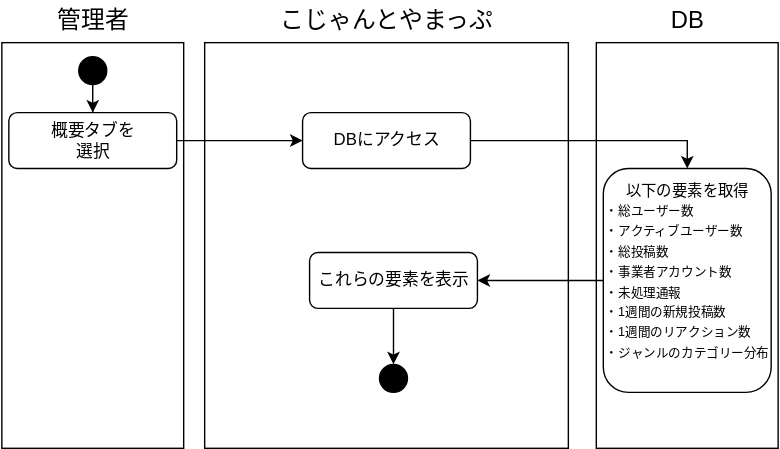
This is figures/monitoring.svg from KUT-Group12/external-design, a draw.io export, as it was before one commit. Source tidied: cells renumbered, new cells last; positions are measured from the earlier drawing's top-left corner, leaving out a move shared by most shapes. Its diagram source:
```xml
<mxGraphModel>
  <root>
    <mxCell id="0" />
    <mxCell id="1" parent="0" />
    <mxCell id="2" style="rounded=0;whiteSpace=wrap;html=1;" parent="1" vertex="1">
      <mxGeometry x="425.5" y="30" width="130" height="290" as="geometry" />
    </mxCell>
    <mxCell id="3" style="rounded=0;whiteSpace=wrap;html=1;" parent="1" vertex="1">
      <mxGeometry x="145.5" y="30" width="260" height="290" as="geometry" />
    </mxCell>
    <mxCell id="4" style="rounded=0;whiteSpace=wrap;html=1;" parent="1" vertex="1">
      <mxGeometry x="0.5" y="30" width="130" height="290" as="geometry" />
    </mxCell>
    <mxCell id="5" value="DB" style="text;html=1;whiteSpace=wrap;strokeColor=none;fillColor=none;align=center;verticalAlign=middle;rounded=0;fontSize=17;" parent="1" vertex="1">
      <mxGeometry x="425.5" width="130" height="30" as="geometry" />
    </mxCell>
    <mxCell id="6" value="こじゃんとやまっぷ" style="text;html=1;whiteSpace=wrap;strokeColor=none;fillColor=none;align=center;verticalAlign=middle;rounded=0;fontSize=17;" parent="1" vertex="1">
      <mxGeometry x="145.5" width="260" height="30" as="geometry" />
    </mxCell>
    <mxCell id="7" style="edgeStyle=orthogonalEdgeStyle;rounded=0;jettySize=auto;html=1;" parent="1" edge="1" source="8" target="13">
      <mxGeometry relative="1" as="geometry" />
    </mxCell>
    <mxCell id="8" value="概要タブを&lt;div&gt;選択&lt;/div&gt;" style="rounded=1;whiteSpace=wrap;html=1;" parent="1" vertex="1">
      <mxGeometry x="5.5" y="80" width="120" height="40" as="geometry" />
    </mxCell>
    <mxCell id="9" value="管理者" style="text;html=1;whiteSpace=wrap;strokeColor=none;fillColor=none;align=center;verticalAlign=middle;rounded=0;fontSize=17;" parent="1" vertex="1">
      <mxGeometry x="5.5" width="120" height="30" as="geometry" />
    </mxCell>
    <mxCell id="10" style="edgeStyle=orthogonalEdgeStyle;rounded=0;jettySize=auto;html=1;exitX=0;exitY=0.5;exitDx=0;exitDy=0;" parent="1" edge="1" source="11" target="18">
      <mxGeometry relative="1" as="geometry" />
    </mxCell>
    <mxCell id="11" value="&lt;font style=&quot;font-size: 11px;&quot;&gt;以下の要素を取得&lt;/font&gt;&lt;div style=&quot;text-align: left;&quot;&gt;&lt;font style=&quot;font-size: 9px;&quot;&gt;・総ユーザー数&lt;/font&gt;&lt;/div&gt;&lt;div style=&quot;text-align: left;&quot;&gt;&lt;font style=&quot;font-size: 9px;&quot;&gt;・アクティブユーザー数&lt;/font&gt;&lt;/div&gt;&lt;div style=&quot;text-align: left;&quot;&gt;&lt;font style=&quot;font-size: 9px;&quot;&gt;・総投稿数&lt;/font&gt;&lt;/div&gt;&lt;div style=&quot;text-align: left;&quot;&gt;&lt;font style=&quot;font-size: 9px;&quot;&gt;・事業者アカウント数&lt;/font&gt;&lt;/div&gt;&lt;div style=&quot;text-align: left;&quot;&gt;&lt;font style=&quot;font-size: 9px;&quot;&gt;・未処理通報&lt;/font&gt;&lt;/div&gt;&lt;div style=&quot;text-align: left;&quot;&gt;&lt;font style=&quot;font-size: 9px;&quot;&gt;・1週間の新規投稿数&lt;/font&gt;&lt;/div&gt;&lt;div style=&quot;text-align: left;&quot;&gt;&lt;font style=&quot;font-size: 9px;&quot;&gt;・1週間のリアクション数&lt;/font&gt;&lt;/div&gt;&lt;div style=&quot;text-align: left;&quot;&gt;&lt;font style=&quot;font-size: 9px;&quot;&gt;・ジャンルのカテゴリー分布&lt;/font&gt;&lt;/div&gt;&lt;div&gt;&lt;span style=&quot;font-size: 11px;&quot;&gt;&lt;br&gt;&lt;/span&gt;&lt;/div&gt;" style="rounded=1;whiteSpace=wrap;html=1;" parent="1" vertex="1">
      <mxGeometry x="430.5" y="120" width="120" height="160" as="geometry" />
    </mxCell>
    <mxCell id="12" style="edgeStyle=orthogonalEdgeStyle;rounded=0;jettySize=auto;html=1;entryX=0.5;entryY=0;entryDx=0;entryDy=0;" parent="1" edge="1" source="13" target="11">
      <mxGeometry relative="1" as="geometry" />
    </mxCell>
    <mxCell id="13" value="DBにアクセス" style="rounded=1;whiteSpace=wrap;html=1;" parent="1" vertex="1">
      <mxGeometry x="215.5" y="80" width="120" height="40" as="geometry" />
    </mxCell>
    <mxCell id="14" style="edgeStyle=orthogonalEdgeStyle;rounded=0;jettySize=auto;html=1;exitX=0.5;exitY=1;exitDx=0;exitDy=0;" parent="1" edge="1" source="18" target="17">
      <mxGeometry relative="1" as="geometry" />
    </mxCell>
    <mxCell id="15" style="edgeStyle=orthogonalEdgeStyle;rounded=0;jettySize=auto;html=1;entryX=0.5;entryY=0;entryDx=0;entryDy=0;" parent="1" edge="1" source="16" target="8">
      <mxGeometry relative="1" as="geometry" />
    </mxCell>
    <mxCell id="16" style="ellipse;whiteSpace=wrap;html=1;fillColor=#000000;" parent="1" vertex="1">
      <mxGeometry x="55.5" y="40" width="20" height="20" as="geometry" />
    </mxCell>
    <mxCell id="17" style="ellipse;whiteSpace=wrap;html=1;fillColor=#000000;" parent="1" vertex="1">
      <mxGeometry x="270.5" y="260" width="20" height="20" as="geometry" />
    </mxCell>
    <mxCell id="18" value="これらの要素を表示" style="rounded=1;whiteSpace=wrap;html=1;" parent="1" vertex="1">
      <mxGeometry x="220.5" y="180" width="120" height="40" as="geometry" />
    </mxCell>
  </root>
</mxGraphModel>
```
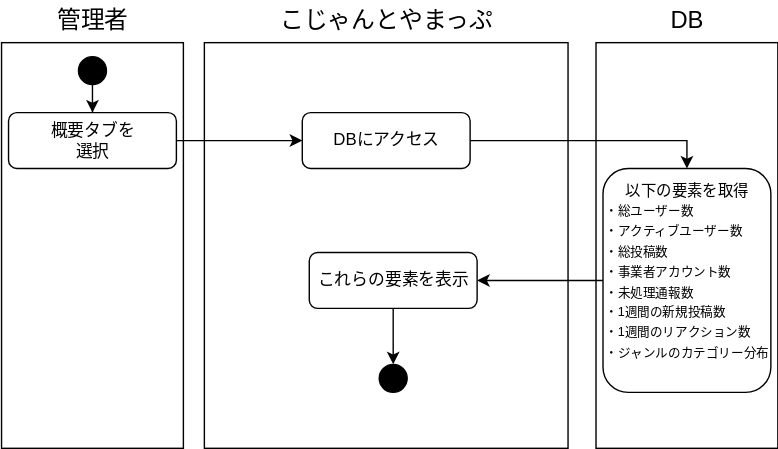
After the change.

Diff of the diagram source:
```diff
@@ -29,7 +29,7 @@
     <mxCell id="10" style="edgeStyle=orthogonalEdgeStyle;rounded=0;jettySize=auto;html=1;exitX=0;exitY=0.5;exitDx=0;exitDy=0;" parent="1" edge="1" source="11" target="18">
       <mxGeometry relative="1" as="geometry" />
     </mxCell>
-    <mxCell id="11" value="&lt;font style=&quot;font-size: 11px;&quot;&gt;以下の要素を取得&lt;/font&gt;&lt;div style=&quot;text-align: left;&quot;&gt;&lt;font style=&quot;font-size: 9px;&quot;&gt;・総ユーザー数&lt;/font&gt;&lt;/div&gt;&lt;div style=&quot;text-align: left;&quot;&gt;&lt;font style=&quot;font-size: 9px;&quot;&gt;・アクティブユーザー数&lt;/font&gt;&lt;/div&gt;&lt;div style=&quot;text-align: left;&quot;&gt;&lt;font style=&quot;font-size: 9px;&quot;&gt;・総投稿数&lt;/font&gt;&lt;/div&gt;&lt;div style=&quot;text-align: left;&quot;&gt;&lt;font style=&quot;font-size: 9px;&quot;&gt;・事業者アカウント数&lt;/font&gt;&lt;/div&gt;&lt;div style=&quot;text-align: left;&quot;&gt;&lt;font style=&quot;font-size: 9px;&quot;&gt;・未処理通報&lt;/font&gt;&lt;/div&gt;&lt;div style=&quot;text-align: left;&quot;&gt;&lt;font style=&quot;font-size: 9px;&quot;&gt;・1週間の新規投稿数&lt;/font&gt;&lt;/div&gt;&lt;div style=&quot;text-align: left;&quot;&gt;&lt;font style=&quot;font-size: 9px;&quot;&gt;・1週間のリアクション数&lt;/font&gt;&lt;/div&gt;&lt;div style=&quot;text-align: left;&quot;&gt;&lt;font style=&quot;font-size: 9px;&quot;&gt;・ジャンルのカテゴリー分布&lt;/font&gt;&lt;/div&gt;&lt;div&gt;&lt;span style=&quot;font-size: 11px;&quot;&gt;&lt;br&gt;&lt;/span&gt;&lt;/div&gt;" style="rounded=1;whiteSpace=wrap;html=1;" parent="1" vertex="1">
+    <mxCell id="11" value="&lt;font style=&quot;font-size: 11px;&quot;&gt;以下の要素を取得&lt;/font&gt;&lt;div style=&quot;text-align: left;&quot;&gt;&lt;font style=&quot;font-size: 9px;&quot;&gt;・総ユーザー数&lt;/font&gt;&lt;/div&gt;&lt;div style=&quot;text-align: left;&quot;&gt;&lt;font style=&quot;font-size: 9px;&quot;&gt;・アクティブユーザー数&lt;/font&gt;&lt;/div&gt;&lt;div style=&quot;text-align: left;&quot;&gt;&lt;font style=&quot;font-size: 9px;&quot;&gt;・総投稿数&lt;/font&gt;&lt;/div&gt;&lt;div style=&quot;text-align: left;&quot;&gt;&lt;font style=&quot;font-size: 9px;&quot;&gt;・事業者アカウント数&lt;/font&gt;&lt;/div&gt;&lt;div style=&quot;text-align: left;&quot;&gt;&lt;font style=&quot;font-size: 9px;&quot;&gt;・未処理通報数&lt;/font&gt;&lt;/div&gt;&lt;div style=&quot;text-align: left;&quot;&gt;&lt;font style=&quot;font-size: 9px;&quot;&gt;・1週間の新規投稿数&lt;/font&gt;&lt;/div&gt;&lt;div style=&quot;text-align: left;&quot;&gt;&lt;font style=&quot;font-size: 9px;&quot;&gt;・1週間のリアクション数&lt;/font&gt;&lt;/div&gt;&lt;div style=&quot;text-align: left;&quot;&gt;&lt;font style=&quot;font-size: 9px;&quot;&gt;・ジャンルのカテゴリー分布&lt;/font&gt;&lt;/div&gt;&lt;div&gt;&lt;span style=&quot;font-size: 11px;&quot;&gt;&lt;br&gt;&lt;/span&gt;&lt;/div&gt;" style="rounded=1;whiteSpace=wrap;html=1;" parent="1" vertex="1">
       <mxGeometry x="430.5" y="120" width="120" height="160" as="geometry" />
     </mxCell>
     <mxCell id="12" style="edgeStyle=orthogonalEdgeStyle;rounded=0;jettySize=auto;html=1;entryX=0.5;entryY=0;entryDx=0;entryDy=0;" parent="1" edge="1" source="13" target="11">
```
